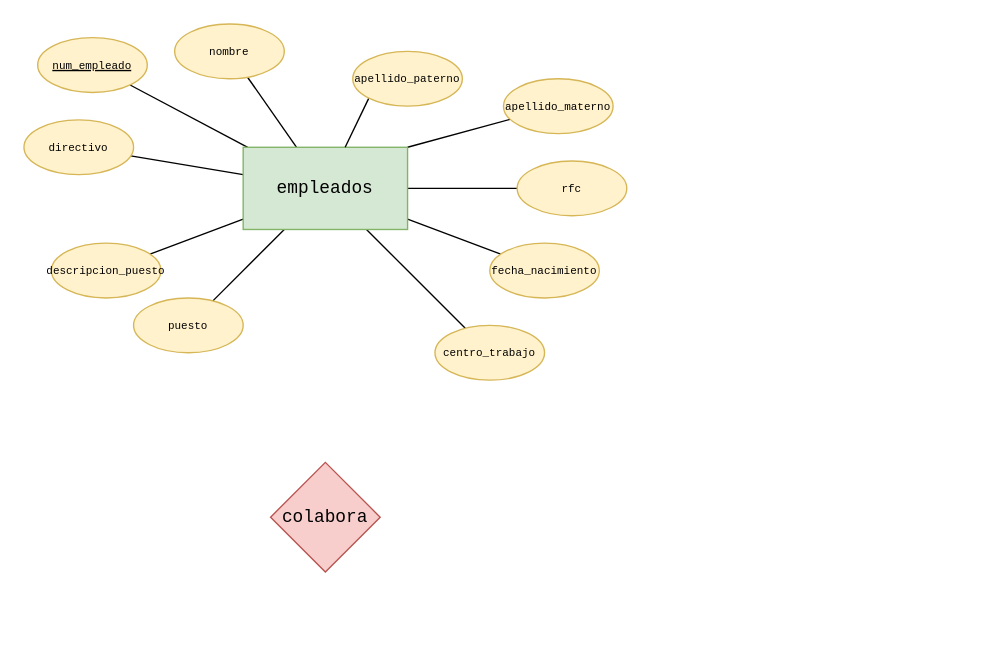
Above: LengProgII/uni_db-entidad-relacion.drawio in Godllyra/IDS (draw.io), before the change. Source tidied: cells renumbered, new cells numbered last; positions are measured from the earlier drawing's top-left corner, leaving out a move shared by most shapes. Both pictures are drawn from the tidied source at 137%, with x=0, y=0 at pixel (23, 23).
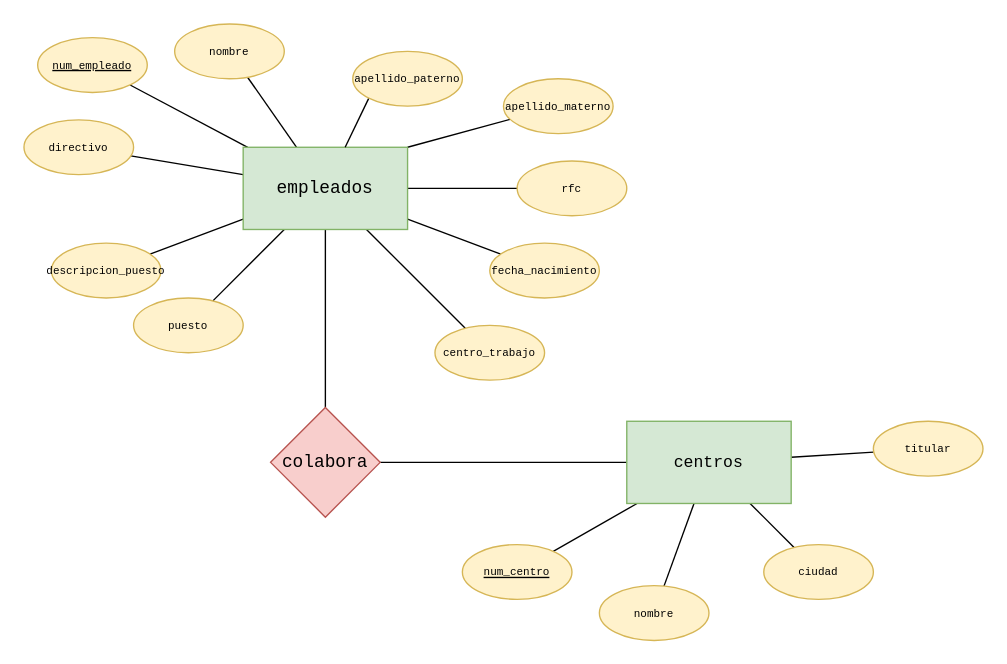
After the change.

Unchanged cells that the change refers to:
```xml
<mxCell id="11" value="&lt;span style=&quot;font-family: monospace; font-size: 13px;&quot;&gt;&lt;span style=&quot;color: rgb(0, 0, 0); font-size: 13px;&quot;&gt;empleados&lt;/span&gt;&lt;br style=&quot;font-size: 13px;&quot;&gt;&lt;/span&gt;" style="rounded=0;whiteSpace=wrap;html=1;fillColor=#d5e8d4;strokeColor=#82b366;fontSize=13;labelBackgroundColor=none;" parent="1" vertex="1">
  <mxGeometry x="160" y="90" width="120" height="60" as="geometry" />
</mxCell>
```

Diff of the diagram source:
```diff
@@
+    <mxCell id="24" style="edgeStyle=orthogonalEdgeStyle;rounded=0;jettySize=auto;html=1;endArrow=none;endFill=0;" parent="1" edge="1" source="11" target="23">
+      <mxGeometry relative="1" as="geometry" />
+    </mxCell>
@@
+    <mxCell id="25" style="rounded=0;jettySize=auto;html=1;labelBackgroundColor=none;endArrow=none;endFill=0;" parent="1" edge="1" source="23" target="30">
+      <mxGeometry relative="1" as="geometry" />
+    </mxCell>
     <mxCell id="23" value="&lt;span style=&quot;font-family: monospace; font-size: 13px;&quot;&gt;&lt;span style=&quot;color: rgb(0, 0, 0); font-size: 13px;&quot;&gt;colabora&lt;/span&gt;&lt;br style=&quot;font-size: 13px;&quot;&gt;&lt;/span&gt;" style="rhombus;whiteSpace=wrap;html=1;fillColor=#f8cecc;strokeColor=#b85450;labelBackgroundColor=none;fontSize=13;" parent="1" vertex="1">
-      <mxGeometry x="180" y="320" width="80" height="80" as="geometry" />
+      <mxGeometry x="180" y="280" width="80" height="80" as="geometry" />
     </mxCell>
+    <mxCell id="26" style="rounded=0;jettySize=auto;html=1;endArrow=none;endFill=0;" parent="1" edge="1" source="30" target="31">
+      <mxGeometry relative="1" as="geometry" />
+    </mxCell>
+    <mxCell id="27" style="rounded=0;jettySize=auto;html=1;endArrow=none;endFill=0;" parent="1" edge="1" source="30" target="32">
+      <mxGeometry relative="1" as="geometry" />
+    </mxCell>
+    <mxCell id="28" style="rounded=0;jettySize=auto;html=1;endArrow=none;endFill=0;" parent="1" edge="1" source="30" target="34">
+      <mxGeometry relative="1" as="geometry" />
+    </mxCell>
+    <mxCell id="29" style="rounded=0;jettySize=auto;html=1;endArrow=none;endFill=0;" parent="1" edge="1" source="30" target="33">
+      <mxGeometry relative="1" as="geometry" />
+    </mxCell>
+    <mxCell id="30" value="&lt;span style=&quot;font-family:monospace&quot;&gt;&lt;span style=&quot;color: rgb(0, 0, 0);&quot;&gt;centros&lt;/span&gt;&lt;br&gt;&lt;/span&gt;" style="rounded=0;whiteSpace=wrap;html=1;fillColor=#d5e8d4;strokeColor=#82b366;labelBackgroundColor=none;" parent="1" vertex="1">
+      <mxGeometry x="440" y="290" width="120" height="60" as="geometry" />
+    </mxCell>
+    <mxCell id="31" value="&lt;u&gt;&lt;span style=&quot;font-family:monospace&quot;&gt;&lt;span style=&quot;color: rgb(0, 0, 0);&quot;&gt;num_centro&lt;/span&gt;&lt;br&gt;&lt;/span&gt;&lt;/u&gt;" style="ellipse;whiteSpace=wrap;html=1;fillColor=#fff2cc;strokeColor=#d6b656;fontSize=8;labelBackgroundColor=none;" parent="1" vertex="1">
+      <mxGeometry x="320" y="380" width="80" height="40" as="geometry" />
+    </mxCell>
+    <mxCell id="32" value="&lt;span style=&quot;font-family:monospace&quot;&gt;&lt;span style=&quot;color: rgb(0, 0, 0);&quot;&gt;nombre&lt;/span&gt;&lt;br&gt;&lt;/span&gt;" style="ellipse;whiteSpace=wrap;html=1;fillColor=#fff2cc;strokeColor=#d6b656;fontSize=8;labelBackgroundColor=none;" parent="1" vertex="1">
+      <mxGeometry x="420" y="410" width="80" height="40" as="geometry" />
+    </mxCell>
+    <mxCell id="33" value="&lt;span style=&quot;font-family:monospace&quot;&gt;&lt;span style=&quot;color: rgb(0, 0, 0);&quot;&gt;ciudad&lt;/span&gt;&lt;br&gt;&lt;/span&gt;" style="ellipse;whiteSpace=wrap;html=1;fillColor=#fff2cc;strokeColor=#d6b656;fontSize=8;labelBackgroundColor=none;" parent="1" vertex="1">
+      <mxGeometry x="540" y="380" width="80" height="40" as="geometry" />
+    </mxCell>
+    <mxCell id="34" value="&lt;span style=&quot;font-family:monospace&quot;&gt;&lt;span style=&quot;color: rgb(0, 0, 0);&quot;&gt;titular&lt;/span&gt;&lt;br&gt;&lt;/span&gt;" style="ellipse;whiteSpace=wrap;html=1;fillColor=#fff2cc;strokeColor=#d6b656;fontSize=8;labelBackgroundColor=none;" parent="1" vertex="1">
+      <mxGeometry x="620" y="290" width="80" height="40" as="geometry" />
+    </mxCell>
```
